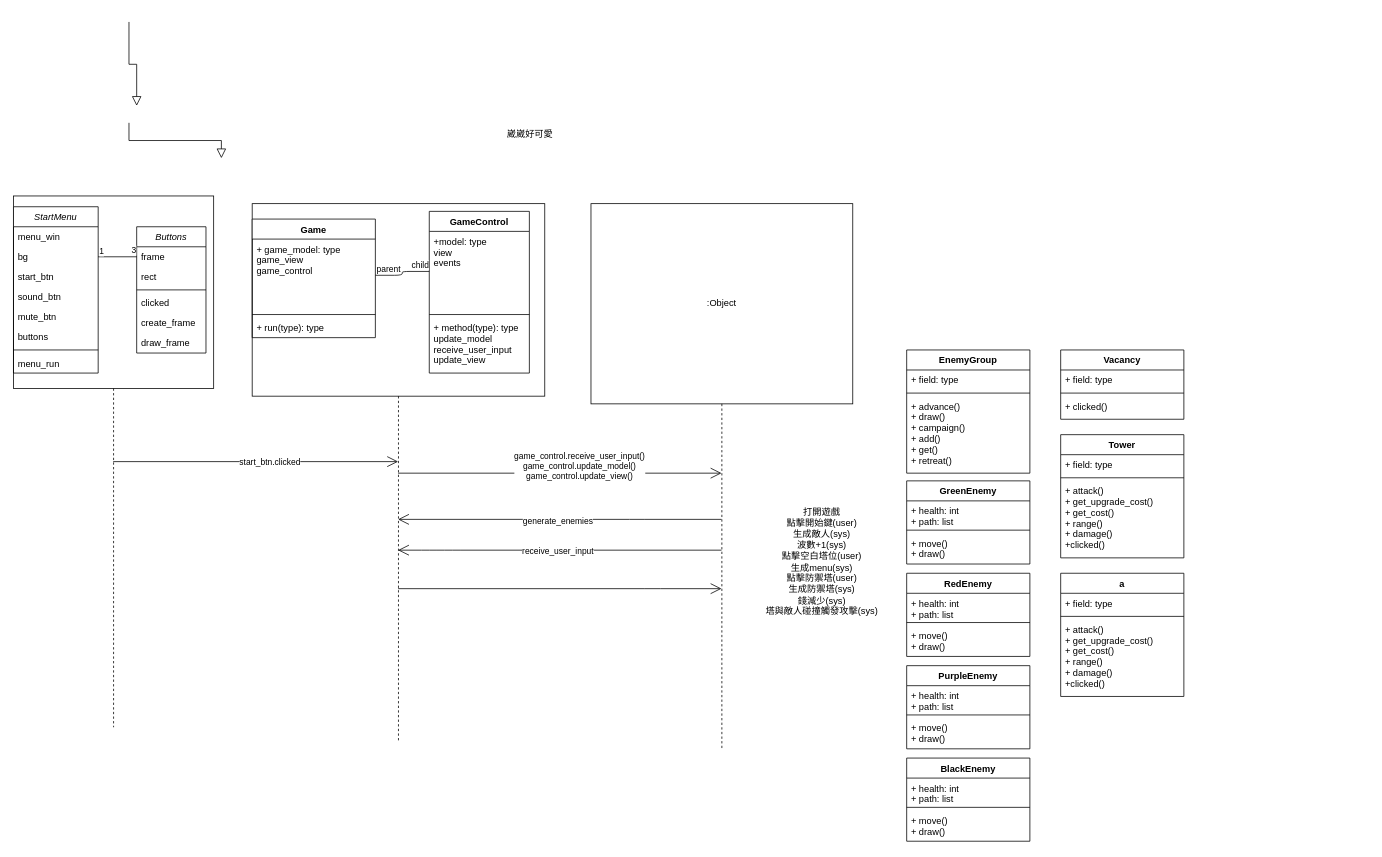
Before: UML.drawio in jiang0906/6-2, a draw.io diagram. Source tidied: cells renumbered, new cells numbered last; positions are measured from the earlier drawing's top-left corner, leaving out a move shared by most shapes. Both pictures are drawn from the tidied source at 77%, with x=0, y=0 at pixel (13, 22).
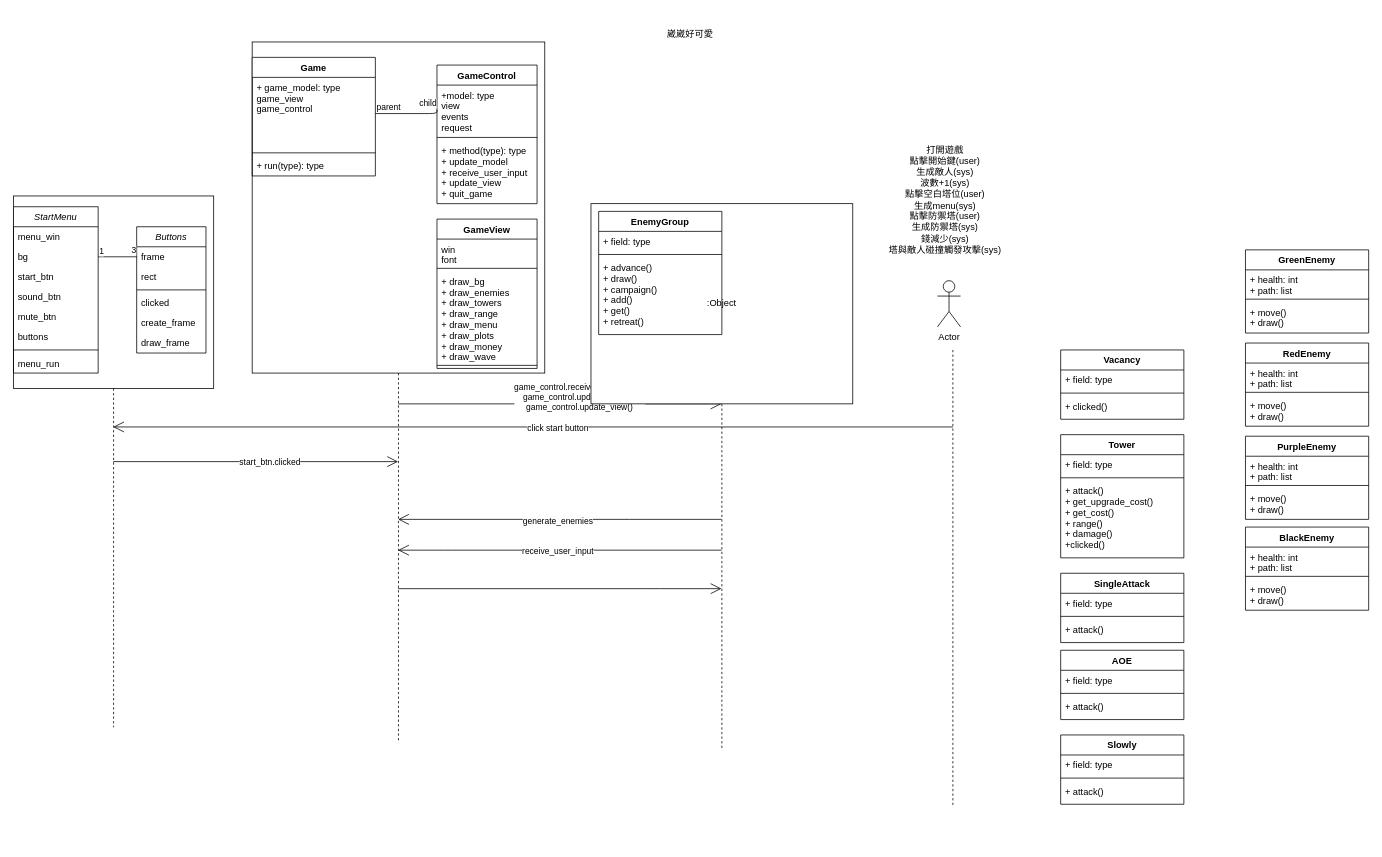
Above is the later version.

Unchanged cells that the change refers to:
```xml
<mxCell id="5" style="shape=umlLifeline;perimeter=lifelinePerimeter;whiteSpace=wrap;html=1;outlineConnect=0;size=250;" parent="1" vertex="1">
  <mxGeometry y="226" width="260" height="690" as="geometry" />
</mxCell>
<mxCell id="27" value="+ game_model: type&#10;game_view&#10;game_control" style="text;strokeColor=none;fillColor=none;align=left;verticalAlign=top;spacingLeft=4;spacingRight=4;overflow=hidden;points=[[0,0.5],[1,0.5]];portConstraint=eastwest;" parent="26" vertex="1">
  <mxGeometry y="26" width="160" height="94" as="geometry" />
</mxCell>
```

The edit, as a diff of the source:
```diff
@@
-    <mxCell id="2" style="endArrow=block;endSize=10;endFill=0;shadow=0;strokeWidth=1;rounded=0;edgeStyle=elbowEdgeStyle;elbow=vertical;" parent="1" edge="1">
-      <mxGeometry relative="1" as="geometry">
-        <mxPoint x="150" as="sourcePoint" />
-        <mxPoint x="160" y="109" as="targetPoint" />
-      </mxGeometry>
-    </mxCell>
-    <mxCell id="3" style="endArrow=block;endSize=10;endFill=0;shadow=0;strokeWidth=1;rounded=0;edgeStyle=elbowEdgeStyle;elbow=vertical;" parent="1" edge="1">
-      <mxGeometry relative="1" as="geometry">
-        <mxPoint x="150" y="131" as="sourcePoint" />
-        <mxPoint x="270" y="177" as="targetPoint" />
-      </mxGeometry>
-    </mxCell>
     <mxCell id="4" value="崴崴好可愛" style="text;html=1;strokeColor=none;fillColor=none;align=center;verticalAlign=middle;whiteSpace=wrap;rounded=0;" parent="1" vertex="1">
-      <mxGeometry x="630" y="136" width="82" height="20" as="geometry" />
+      <mxGeometry x="838" y="6" width="82" height="20" as="geometry" />
     </mxCell>
@@
-    <mxCell id="25" style="shape=umlLifeline;perimeter=lifelinePerimeter;whiteSpace=wrap;html=1;outlineConnect=0;size=250;" parent="1" vertex="1">
-      <mxGeometry x="310" y="236" width="380" height="700" as="geometry" />
+    <mxCell id="25" style="shape=umlLifeline;perimeter=lifelinePerimeter;whiteSpace=wrap;html=1;outlineConnect=0;size=430;" parent="1" vertex="1">
+      <mxGeometry x="310" y="26" width="380" height="910" as="geometry" />
     </mxCell>
@@
     <mxCell id="30" value="GameControl" style="swimlane;fontStyle=1;align=center;verticalAlign=top;horizontal=1;startSize=26;" parent="25" vertex="1">
-      <mxGeometry x="230" y="10" width="130" height="210" as="geometry" />
+      <mxGeometry x="240" y="30" width="130" height="180" as="geometry" />
     </mxCell>
-    <mxCell id="31" value="+model: type&#10;view&#10;events" style="text;strokeColor=none;fillColor=none;align=left;verticalAlign=top;spacingLeft=4;spacingRight=4;overflow=hidden;points=[[0,0.5],[1,0.5]];portConstraint=eastwest;" parent="30" vertex="1">
-      <mxGeometry y="26" width="130" height="104" as="geometry" />
+    <mxCell id="31" value="+model: type&#10;view&#10;events&#10;request" style="text;strokeColor=none;fillColor=none;align=left;verticalAlign=top;spacingLeft=4;spacingRight=4;overflow=hidden;points=[[0,0.5],[1,0.5]];portConstraint=eastwest;" parent="30" vertex="1">
+      <mxGeometry y="26" width="130" height="64" as="geometry" />
     </mxCell>
     <mxCell id="32" style="line;strokeWidth=1;fillColor=none;align=left;verticalAlign=middle;spacingTop=-1;spacingLeft=3;spacingRight=3;labelPosition=right;" parent="30" vertex="1">
-      <mxGeometry y="130" width="130" height="8" as="geometry" />
+      <mxGeometry y="90" width="130" height="8" as="geometry" />
     </mxCell>
-    <mxCell id="33" value="+ method(type): type&#10;update_model&#10;receive_user_input&#10;update_view" style="text;strokeColor=none;fillColor=none;align=left;verticalAlign=top;spacingLeft=4;spacingRight=4;overflow=hidden;" parent="30" vertex="1">
-      <mxGeometry y="138" width="130" height="72" as="geometry" />
+    <mxCell id="33" value="+ method(type): type&#10;+ update_model&#10;+ receive_user_input&#10;+ update_view&#10;+ quit_game" style="text;strokeColor=none;fillColor=none;align=left;verticalAlign=top;spacingLeft=4;spacingRight=4;overflow=hidden;" parent="30" vertex="1">
+      <mxGeometry y="98" width="130" height="82" as="geometry" />
     </mxCell>
     <mxCell id="34" style="endArrow=none;html=1;edgeStyle=orthogonalEdgeStyle;entryX=0;entryY=0.5;entryDx=0;entryDy=0;" parent="25" edge="1" source="27" target="31">
-      <mxGeometry relative="1" as="geometry" />
+      <mxGeometry relative="1" as="geometry">
+        <Array as="points">
+          <mxPoint x="240" y="93" />
+        </Array>
+      </mxGeometry>
     </mxCell>
@@
+    <mxCell id="81" value="GameView" style="swimlane;fontStyle=1;align=center;verticalAlign=top;horizontal=1;startSize=26;" parent="25" vertex="1">
+      <mxGeometry x="240" y="230" width="130" height="194" as="geometry" />
+    </mxCell>
+    <mxCell id="82" value="win&#10;font" style="text;strokeColor=none;fillColor=none;align=left;verticalAlign=top;spacingLeft=4;spacingRight=4;overflow=hidden;" parent="81" vertex="1">
+      <mxGeometry y="26" width="130" height="34" as="geometry" />
+    </mxCell>
+    <mxCell id="83" style="line;strokeWidth=1;fillColor=none;align=left;verticalAlign=middle;spacingTop=-1;spacingLeft=3;spacingRight=3;labelPosition=right;" parent="81" vertex="1">
+      <mxGeometry y="60" width="130" height="8" as="geometry" />
+    </mxCell>
+    <mxCell id="84" value="+ draw_bg&#10;+ draw_enemies&#10;+ draw_towers&#10;+ draw_range&#10;+ draw_menu&#10;+ draw_plots&#10;+ draw_money&#10;+ draw_wave" style="text;strokeColor=none;fillColor=none;align=left;verticalAlign=top;spacingLeft=4;spacingRight=4;overflow=hidden;" parent="81" vertex="1">
+      <mxGeometry y="68" width="130" height="118" as="geometry" />
+    </mxCell>
+    <mxCell id="85" style="line;strokeWidth=1;fillColor=none;align=left;verticalAlign=middle;spacingTop=-1;spacingLeft=3;spacingRight=3;labelPosition=right;" parent="81" vertex="1">
+      <mxGeometry y="186" width="130" height="8" as="geometry" />
+    </mxCell>
@@
     <mxCell id="42" value="GreenEnemy" style="swimlane;fontStyle=1;align=center;verticalAlign=top;horizontal=1;startSize=26;" parent="1" vertex="1">
-      <mxGeometry x="1160" y="596" width="160" height="108" as="geometry" />
+      <mxGeometry x="1600" y="296" width="160" height="108" as="geometry" />
     </mxCell>
@@
     <mxCell id="46" value="RedEnemy" style="swimlane;fontStyle=1;align=center;verticalAlign=top;horizontal=1;startSize=26;" parent="1" vertex="1">
-      <mxGeometry x="1160" y="716" width="160" height="108" as="geometry" />
+      <mxGeometry x="1600" y="417" width="160" height="108" as="geometry" />
     </mxCell>
@@
     <mxCell id="50" value="PurpleEnemy" style="swimlane;fontStyle=1;align=center;verticalAlign=top;horizontal=1;startSize=26;" parent="1" vertex="1">
-      <mxGeometry x="1160" y="836" width="160" height="108" as="geometry" />
+      <mxGeometry x="1600" y="538" width="160" height="108" as="geometry" />
     </mxCell>
@@
     <mxCell id="54" value="BlackEnemy" style="swimlane;fontStyle=1;align=center;verticalAlign=top;horizontal=1;startSize=26;" parent="1" vertex="1">
-      <mxGeometry x="1160" y="956" width="160" height="108" as="geometry" />
+      <mxGeometry x="1600" y="656" width="160" height="108" as="geometry" />
     </mxCell>
@@
     <mxCell id="58" value="EnemyGroup" style="swimlane;fontStyle=1;align=center;verticalAlign=top;horizontal=1;startSize=26;" parent="1" vertex="1">
-      <mxGeometry x="1160" y="426" width="160" height="160" as="geometry" />
+      <mxGeometry x="760" y="246" width="160" height="160" as="geometry" />
     </mxCell>
@@
     <mxCell id="68" value="打開遊戲&lt;br&gt;點擊開始鍵(user)&lt;br&gt;生成敵人(sys)&lt;br&gt;波數+1(sys)&lt;br&gt;點擊空白塔位(user)&lt;br&gt;生成menu(sys)&lt;br&gt;點擊防禦塔(user)&lt;br&gt;生成防禦塔(sys)&lt;br&gt;錢減少(sys)&lt;br&gt;塔與敵人碰撞觸發攻擊(sys)" style="text;html=1;strokeColor=none;fillColor=none;align=center;verticalAlign=middle;whiteSpace=wrap;rounded=0;" parent="1" vertex="1">
-      <mxGeometry x="950" y="596" width="200" height="210" as="geometry" />
+      <mxGeometry x="1110" y="126" width="200" height="210" as="geometry" />
     </mxCell>
@@
-    <mxCell id="77" value="a" style="swimlane;fontStyle=1;align=center;verticalAlign=top;horizontal=1;startSize=26;" parent="1" vertex="1">
-      <mxGeometry x="1360" y="716" width="160" height="160" as="geometry" />
+    <mxCell id="77" value="SingleAttack" style="swimlane;fontStyle=1;align=center;verticalAlign=top;horizontal=1;startSize=26;" parent="1" vertex="1">
+      <mxGeometry x="1360" y="716" width="160" height="90" as="geometry" />
     </mxCell>
@@
-    <mxCell id="80" value="+ attack()&#10;+ get_upgrade_cost()&#10;+ get_cost()&#10;+ range()&#10;+ damage()&#10;+clicked()&#10;" style="text;strokeColor=none;fillColor=none;align=left;verticalAlign=top;spacingLeft=4;spacingRight=4;overflow=hidden;" parent="77" vertex="1">
-      <mxGeometry y="60" width="160" height="100" as="geometry" />
+    <mxCell id="80" value="+ attack()" style="text;strokeColor=none;fillColor=none;align=left;verticalAlign=top;spacingLeft=4;spacingRight=4;overflow=hidden;" parent="77" vertex="1">
+      <mxGeometry y="60" width="160" height="30" as="geometry" />
     </mxCell>
+    <mxCell id="86" value="AOE" style="swimlane;fontStyle=1;align=center;verticalAlign=top;horizontal=1;startSize=26;" parent="1" vertex="1">
+      <mxGeometry x="1360" y="816" width="160" height="90" as="geometry" />
+    </mxCell>
+    <mxCell id="87" value="+ field: type" style="text;strokeColor=none;fillColor=none;align=left;verticalAlign=top;spacingLeft=4;spacingRight=4;overflow=hidden;" parent="86" vertex="1">
+      <mxGeometry y="26" width="160" height="26" as="geometry" />
+    </mxCell>
+    <mxCell id="88" style="line;strokeWidth=1;fillColor=none;align=left;verticalAlign=middle;spacingTop=-1;spacingLeft=3;spacingRight=3;labelPosition=right;" parent="86" vertex="1">
+      <mxGeometry y="52" width="160" height="8" as="geometry" />
+    </mxCell>
+    <mxCell id="89" value="+ attack()" style="text;strokeColor=none;fillColor=none;align=left;verticalAlign=top;spacingLeft=4;spacingRight=4;overflow=hidden;" parent="86" vertex="1">
+      <mxGeometry y="60" width="160" height="30" as="geometry" />
+    </mxCell>
+    <mxCell id="90" value="Slowly" style="swimlane;fontStyle=1;align=center;verticalAlign=top;horizontal=1;startSize=26;" parent="1" vertex="1">
+      <mxGeometry x="1360" y="926" width="160" height="90" as="geometry" />
+    </mxCell>
+    <mxCell id="91" value="+ field: type" style="text;strokeColor=none;fillColor=none;align=left;verticalAlign=top;spacingLeft=4;spacingRight=4;overflow=hidden;" parent="90" vertex="1">
+      <mxGeometry y="26" width="160" height="26" as="geometry" />
+    </mxCell>
+    <mxCell id="92" style="line;strokeWidth=1;fillColor=none;align=left;verticalAlign=middle;spacingTop=-1;spacingLeft=3;spacingRight=3;labelPosition=right;" parent="90" vertex="1">
+      <mxGeometry y="52" width="160" height="8" as="geometry" />
+    </mxCell>
+    <mxCell id="93" value="+ attack()" style="text;strokeColor=none;fillColor=none;align=left;verticalAlign=top;spacingLeft=4;spacingRight=4;overflow=hidden;" parent="90" vertex="1">
+      <mxGeometry y="60" width="160" height="30" as="geometry" />
+    </mxCell>
+    <mxCell id="94" value="Actor" style="shape=umlActor;verticalLabelPosition=bottom;verticalAlign=top;html=1;" parent="1" vertex="1">
+      <mxGeometry x="1200" y="336" width="30" height="60" as="geometry" />
+    </mxCell>
+    <mxCell id="95" style="endArrow=none;dashed=1;html=1;" parent="1" edge="1">
+      <mxGeometry relative="1" as="geometry">
+        <mxPoint x="1220" y="1017" as="sourcePoint" />
+        <mxPoint x="1220" y="426" as="targetPoint" />
+      </mxGeometry>
+    </mxCell>
+    <mxCell id="96" style="endArrow=open;endFill=1;endSize=12;html=1;" parent="1" edge="1" target="5">
+      <mxGeometry relative="1" as="geometry">
+        <mxPoint x="1220" y="526" as="sourcePoint" />
+      </mxGeometry>
+    </mxCell>
+    <mxCell id="97" value="click start button" style="edgeLabel;html=1;align=center;verticalAlign=middle;" parent="1" vertex="1">
+      <mxGeometry x="712" y="526" as="geometry">
+        <mxPoint x="-6" y="1" as="offset" />
+      </mxGeometry>
+    </mxCell>
```
